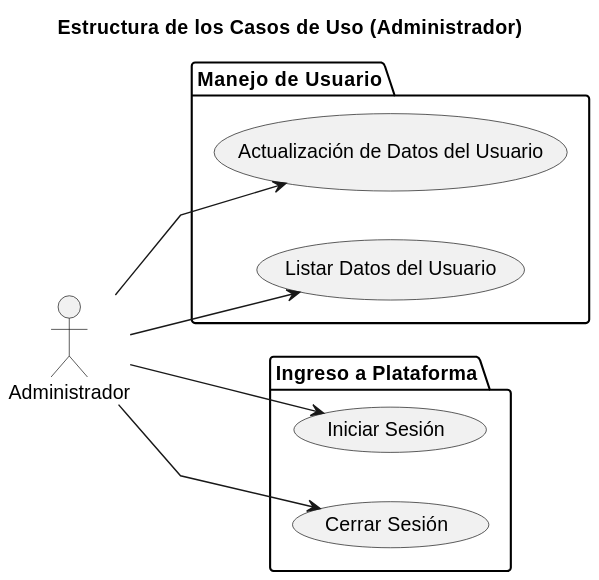
Earlier version of the PlantUML export Caso_de_Uso/Diagrama_de_Casos_de_Uso/Administrador/Manejo_Usuario/Diagrama_CdU.svg (mmasias/23-24-IdSw1-SDR). The source it was exported from:
```plantuml
@startuml Estructura

title Estructura de los Casos de Uso (Administrador)

skinparam {
    NoteBackgroundColor #whiteSmoke
    NoteBorderColor #green
    linetype polyline
}

left to right direction

actor Administrador

folder "Manejo de Usuario" as cuentas {
    Administrador --> (Actualización de Datos del Usuario)
    Administrador --> (Listar Datos del Usuario)
}

folder "Ingreso a Plataforma" as ingreso {
    Administrador --> (Iniciar Sesión)
    Administrador --> (Cerrar Sesión)
}



@enduml
```
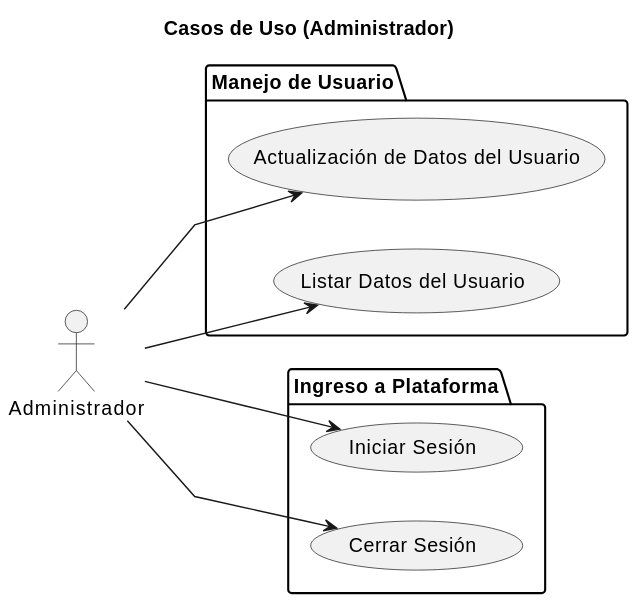
After the change.

What changed in the source:
```diff
@@ -1,6 +1,6 @@
-@startuml Estructura
+@startuml Diagrama_CdU
 
-title Estructura de los Casos de Uso (Administrador)
+title Casos de Uso (Administrador)
 
 skinparam {
     NoteBackgroundColor #whiteSmoke
```
